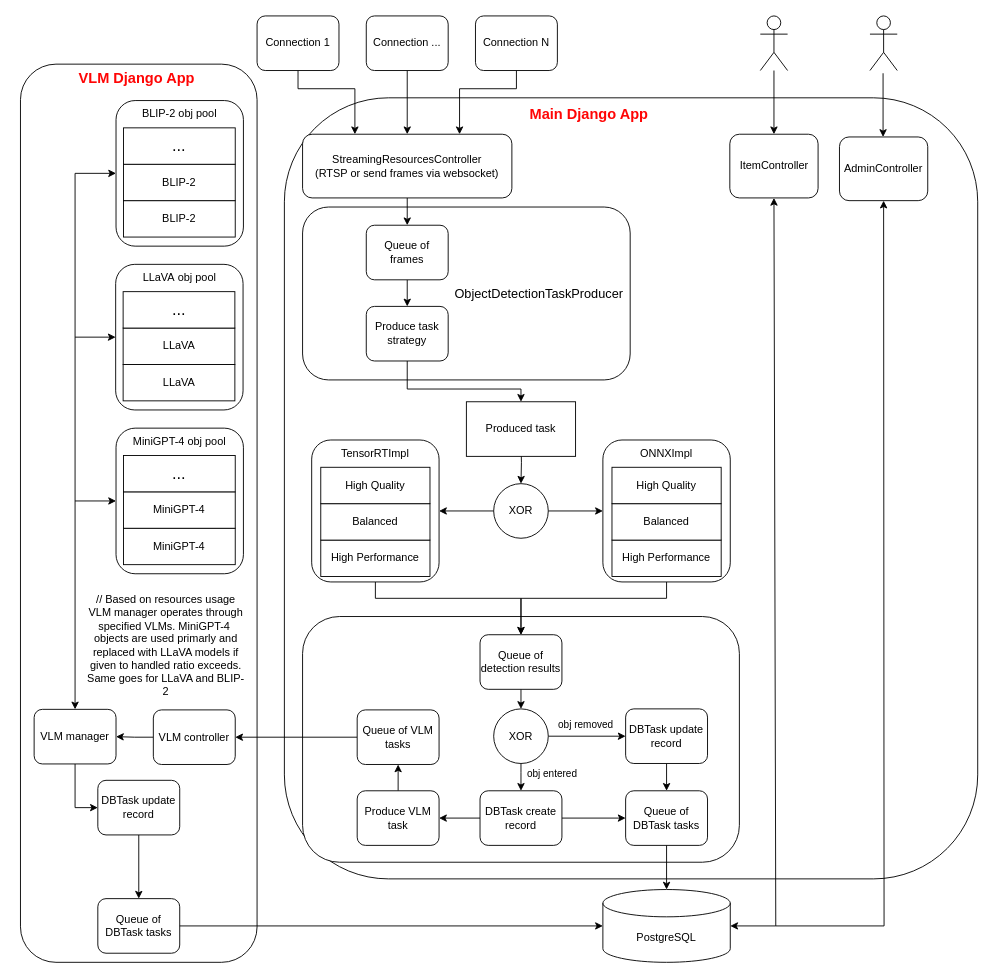
Earlier version of the draw.io diagram Диаграмма без названия.drawio (BaronVice/schemas). Source tidied: cells renumbered, new cells numbered last; positions are measured from the earlier drawing's top-left corner, leaving out a move shared by most shapes. Both pictures are drawn from the tidied source at 91%, with x=0, y=0 at pixel (15, 15).
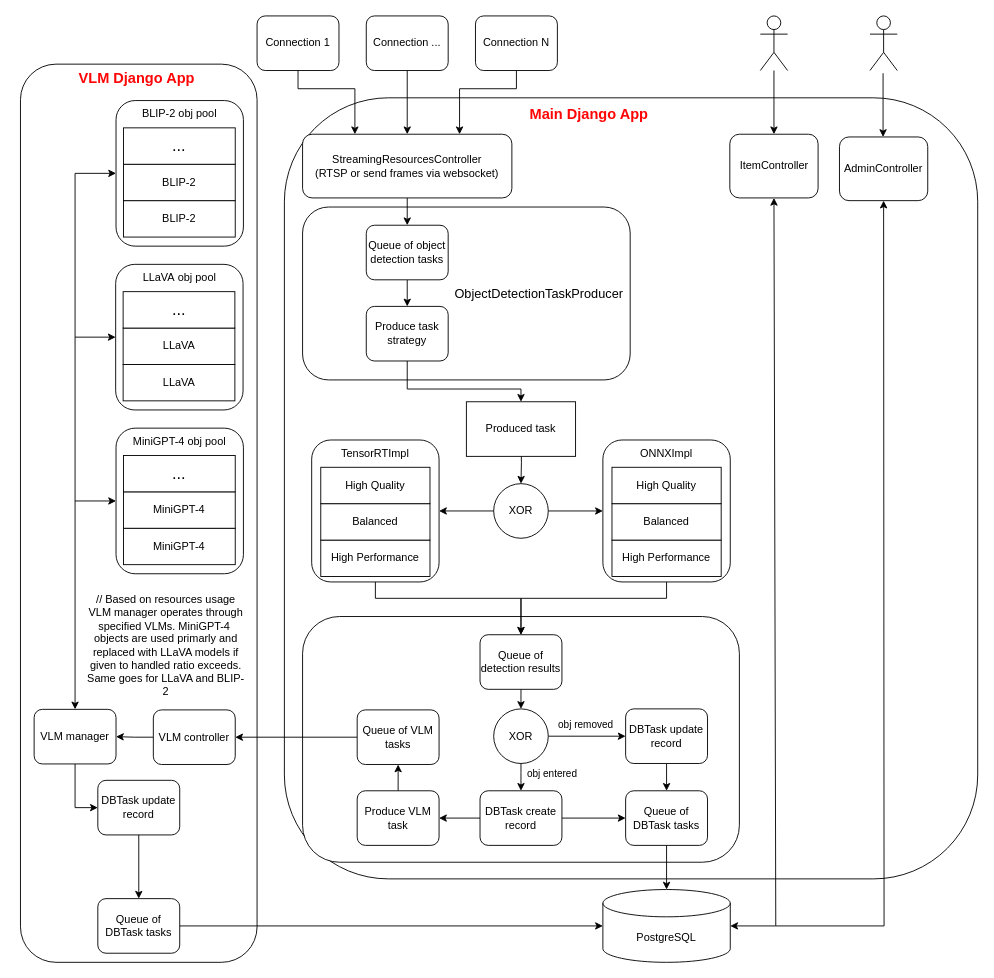
Above is the later version.

The edit, as a diff of the source:
```diff
@@
-    <mxCell id="13" value="Queue of frames" style="rounded=1;whiteSpace=wrap;html=1;" parent="1" vertex="1">
+    <mxCell id="13" value="Queue of object detection tasks" style="rounded=1;whiteSpace=wrap;html=1;" parent="1" vertex="1">
       <mxGeometry x="386" y="230" width="90" height="60" as="geometry" />
     </mxCell>
```
